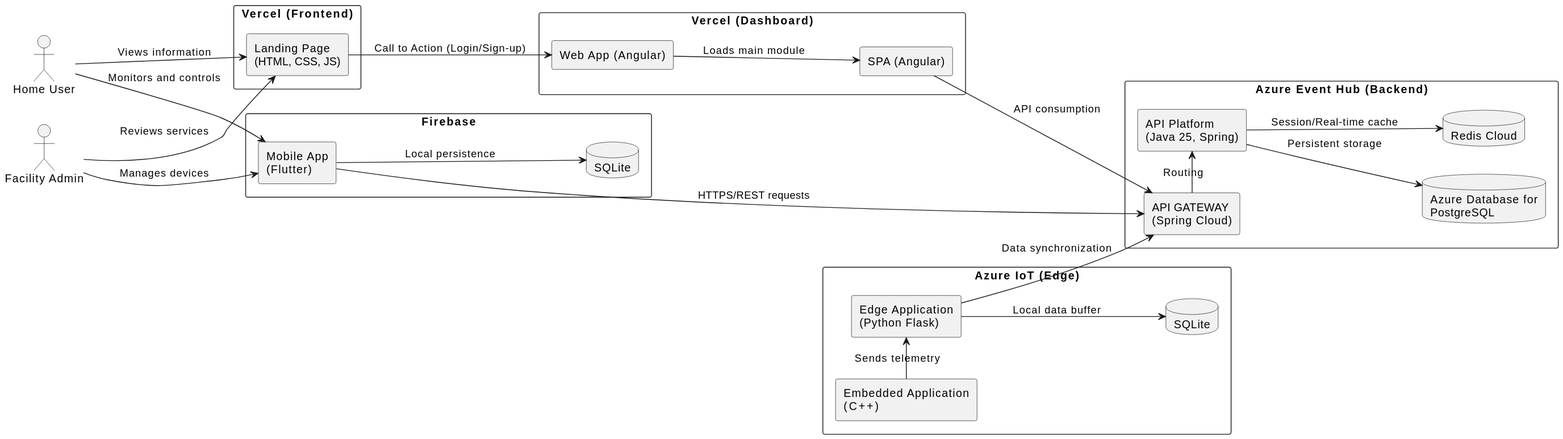
The PlantUML diagram assets/c4-diagrams/deploy/deploy.svg in Vanana-Desarrollo-de-Soluciones-IOT/report, before a commit. Its diagram source:
```plantuml
@startuml
left to right direction

skinparam packageStyle rectangle
skinparam shadowing false

actor "Home User" as home
actor "Facility Admin" as facility

rectangle "Firebase" {
    rectangle "Mobile App\n(Flutter)" as mobileapp
    database "SQLite" as sqlite_mobile
}

rectangle "Vercel (Frontend)" as v1 {
    rectangle "Landing Page\n(HTML, CSS, JS)" as landing
}

rectangle "Vercel (Dashboard)" as v2 {
    rectangle "Web App (Angular)" as webapp
    rectangle "SPA (Angular)" as spa
}

rectangle "Azure Event Hub (Backend)" {
    rectangle "API GATEWAY\n(Spring Cloud)" as gateway
    rectangle "API Platform\n(Java 25, Spring)" as platform

    database "Azure Database for\nPostgreSQL" as postgres
    database "Redis Cloud" as redis
}

rectangle "Azure IoT (Edge)" {
    rectangle "Embedded Application\n(C++)" as embedded
    rectangle "Edge Application\n(Python Flask)" as edge
    database "SQLite" as sqlite_edge
}

home --> mobileapp : "Monitors and controls"
home --> landing : "Views information"
facility --> mobileapp : "Manages devices"
facility --> landing : "Reviews services"

landing --> webapp : "Call to Action (Login/Sign-up)"
webapp --> spa : "Loads main module"

mobileapp --> sqlite_mobile : "Local persistence"
mobileapp --> gateway : "HTTPS/REST requests"
spa --> gateway : "API consumption"

gateway -right-> platform : "Routing"
platform --> postgres : "Persistent storage"
platform --> redis : "Session/Real-time cache"

embedded -right-> edge : "Sends telemetry"
edge --> sqlite_edge : "Local data buffer"
edge --> gateway : "Data synchronization"
@enduml
```
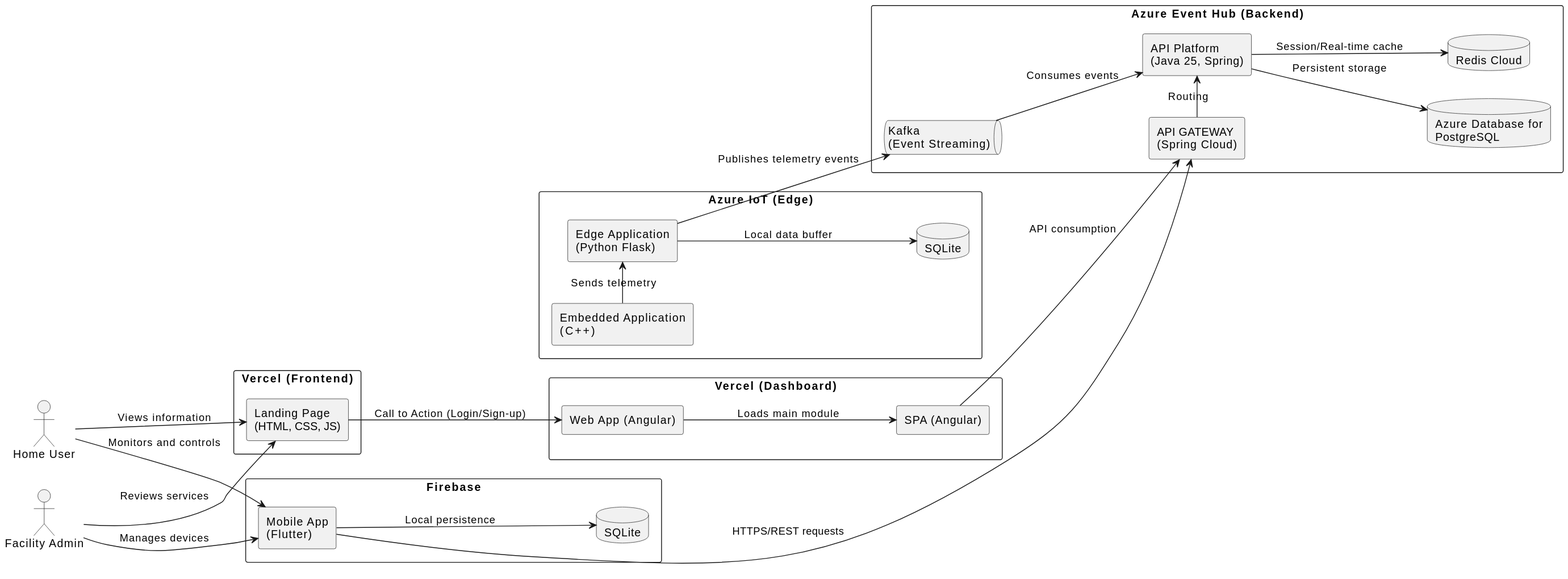
Later version of the same file.

The edit, as a diff of the source:
```diff
@@ -22,8 +22,12 @@
 }
 
 rectangle "Azure Event Hub (Backend)" {
+
     rectangle "API GATEWAY\n(Spring Cloud)" as gateway
+
     rectangle "API Platform\n(Java 25, Spring)" as platform
+
+    queue "Kafka\n(Event Streaming)" as kafka
 
     database "Azure Database for\nPostgreSQL" as postgres
     database "Redis Cloud" as redis
@@ -51,7 +55,9 @@
 platform --> postgres : "Persistent storage"
 platform --> redis : "Session/Real-time cache"
 
+edge --> kafka : "Publishes telemetry events"
+kafka --> platform : "Consumes events"
+
 embedded -right-> edge : "Sends telemetry"
 edge --> sqlite_edge : "Local data buffer"
-edge --> gateway : "Data synchronization"
 @enduml
```
